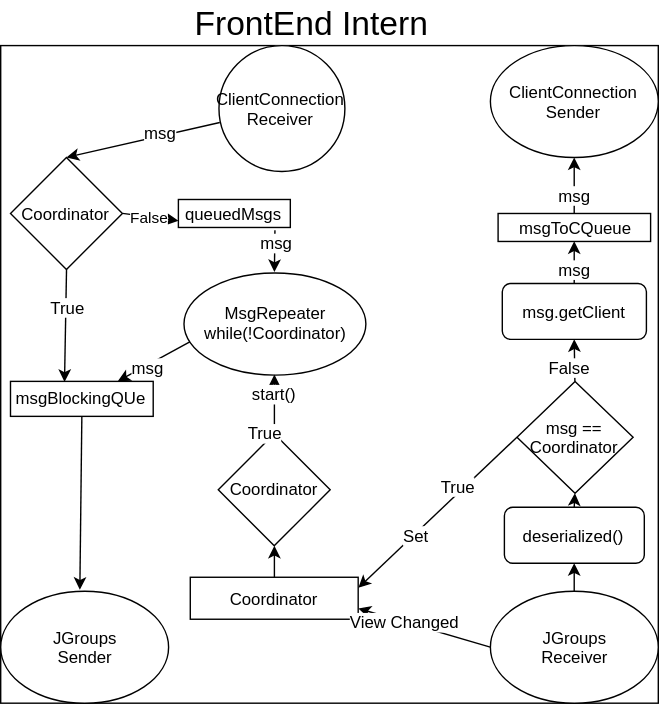
Before: Client-FrontEnd-ReplicaManager.svg, a diagram exported from draw.io (JohanHaggmark/DistributedMessaging). Source tidied: cells renumbered, new cells last; positions are measured from the earlier drawing's top-left corner, leaving out a move shared by most shapes.
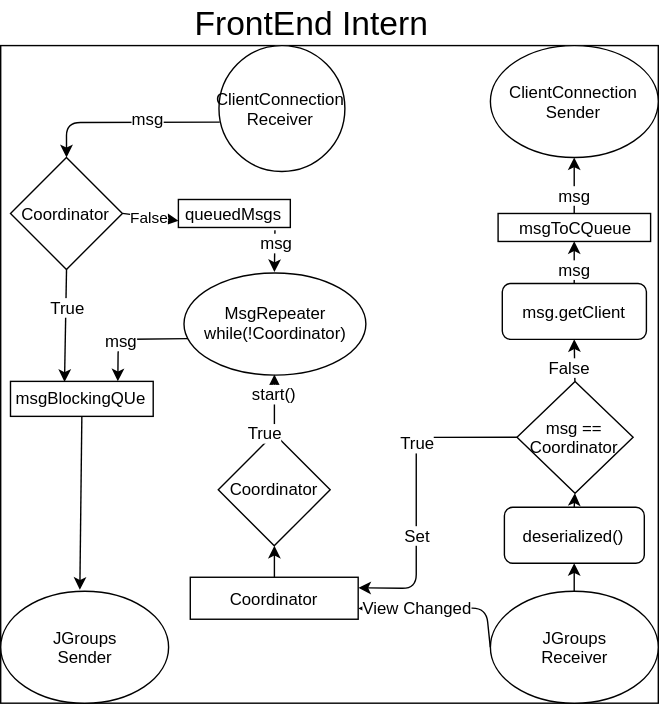
After the change.

Diff of the diagram source:
```diff
@@ -14,8 +14,12 @@
     <mxCell id="5" value="Coordinator" style="rhombus;whiteSpace=wrap;html=1;" parent="1" vertex="1">
       <mxGeometry x="7" y="112" width="80" height="80" as="geometry" />
     </mxCell>
-    <mxCell id="6" style="endArrow=classic;html=1;entryX=0.5;entryY=0;entryDx=0;entryDy=0;" parent="1" edge="1" source="3" target="5">
-      <mxGeometry relative="1" as="geometry" />
+    <mxCell id="6" style="endArrow=classic;html=1;entryX=0.5;entryY=0;entryDx=0;entryDy=0;exitX=0.012;exitY=0.607;exitDx=0;exitDy=0;exitPerimeter=0;" parent="1" edge="1" source="3" target="5">
+      <mxGeometry relative="1" as="geometry">
+        <Array as="points">
+          <mxPoint x="47" y="87" />
+        </Array>
+      </mxGeometry>
     </mxCell>
     <mxCell id="7" value="msg" style="text;html=1;align=center;verticalAlign=middle;labelBackgroundColor=#ffffff;" parent="6" vertex="1">
       <mxGeometry x="-0.24" y="-3" relative="1" as="geometry" />
@@ -44,13 +48,22 @@
       <mxGeometry x="135.5" y="412" width="120" height="30" as="geometry" />
     </mxCell>
     <mxCell id="15" style="endArrow=classic;html=1;entryX=1;entryY=0.75;entryDx=0;entryDy=0;exitX=0;exitY=0.5;exitDx=0;exitDy=0;" parent="1" edge="1" source="13" target="14">
-      <mxGeometry relative="1" as="geometry" />
+      <mxGeometry relative="1" as="geometry">
+        <Array as="points">
+          <mxPoint x="347" y="434" />
+        </Array>
+      </mxGeometry>
     </mxCell>
     <mxCell id="16" value="View Changed&lt;br&gt;" style="text;html=1;align=center;verticalAlign=middle;labelBackgroundColor=#ffffff;" parent="15" vertex="1">
       <mxGeometry x="0.3" relative="1" as="geometry" />
     </mxCell>
     <mxCell id="17" style="endArrow=classic;html=1;entryX=1;entryY=0.25;entryDx=0;entryDy=0;exitX=0;exitY=0.5;exitDx=0;exitDy=0;" parent="1" edge="1" source="25" target="14">
-      <mxGeometry relative="1" as="geometry" />
+      <mxGeometry relative="1" as="geometry">
+        <Array as="points">
+          <mxPoint x="297" y="312" />
+          <mxPoint x="297" y="420" />
+        </Array>
+      </mxGeometry>
     </mxCell>
     <mxCell id="18" value="True" style="text;html=1;align=center;verticalAlign=middle;labelBackgroundColor=#ffffff;" parent="17" vertex="1">
       <mxGeometry x="-0.43" y="-2" relative="1" as="geometry">
@@ -80,8 +93,12 @@
     <mxCell id="25" value="msg == Coordinator" style="rhombus;whiteSpace=wrap;html=1;" parent="1" vertex="1">
       <mxGeometry x="369" y="272" width="83" height="80" as="geometry" />
     </mxCell>
-    <mxCell id="26" style="endArrow=classic;html=1;exitX=0.035;exitY=0.684;exitDx=0;exitDy=0;exitPerimeter=0;entryX=0.75;entryY=0;entryDx=0;entryDy=0;" parent="1" edge="1" source="22" target="8">
-      <mxGeometry relative="1" as="geometry" />
+    <mxCell id="26" style="endArrow=classic;html=1;exitX=0.025;exitY=0.65;exitDx=0;exitDy=0;exitPerimeter=0;entryX=0.75;entryY=0;entryDx=0;entryDy=0;" parent="1" edge="1" source="22" target="8">
+      <mxGeometry relative="1" as="geometry">
+        <Array as="points">
+          <mxPoint x="84" y="242" />
+        </Array>
+      </mxGeometry>
     </mxCell>
     <mxCell id="27" value="msg" style="text;html=1;align=center;verticalAlign=middle;labelBackgroundColor=#ffffff;" parent="26" vertex="1">
       <mxGeometry x="0.18" y="1" relative="1" as="geometry" />
```
